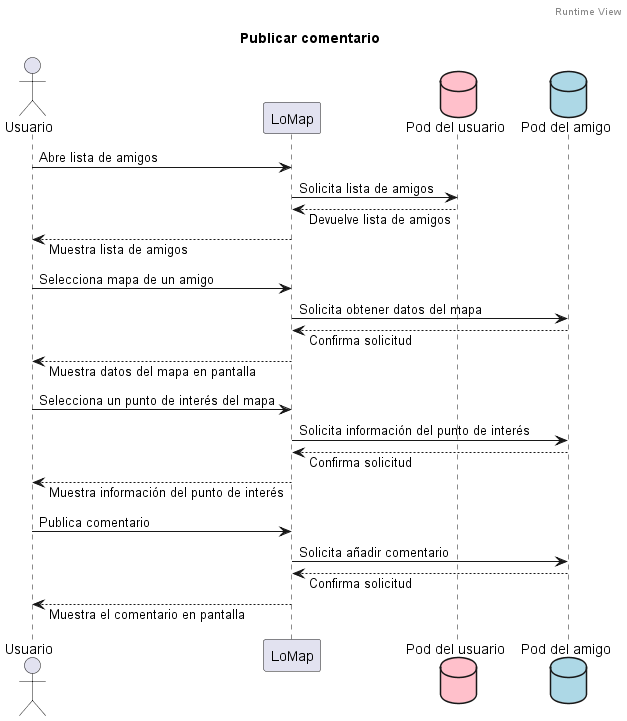
Above: images/Publicar comentario.png in Arquisoft/lomap_es4b (PlantUML), before the change.
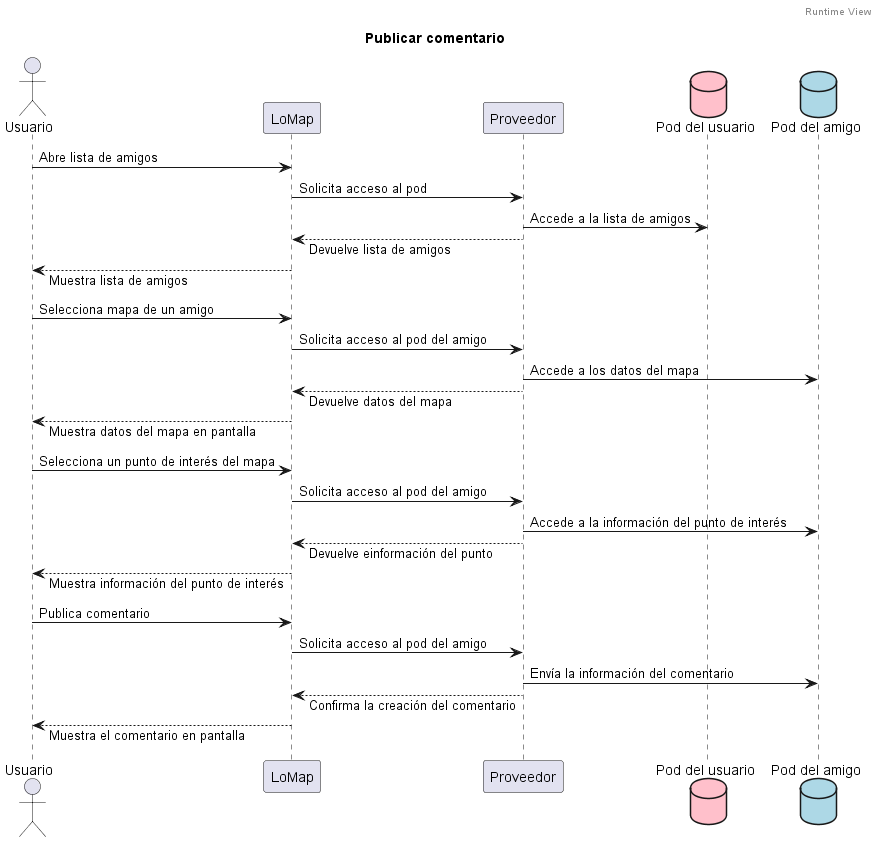
Above is the later version.

Diff of the diagram source:
```diff
@@ -4,6 +4,7 @@
 
 Actor Usuario
 Participant LoMap
+Participant Proveedor
 Database Pod as "Pod del usuario" #pink
 Database PodAmigo as "Pod del amigo" #lightblue
 
@@ -11,30 +12,34 @@
 
 Usuario -> LoMap: Abre lista de amigos
 
-LoMap -> Pod: Solicita lista de amigos
-LoMap <-- Pod: Devuelve lista de amigos
+LoMap -> Proveedor: Solicita acceso al pod
+Proveedor -> Pod: Accede a la lista de amigos
+LoMap <-- Proveedor: Devuelve lista de amigos
 
 Usuario <-- LoMap: Muestra lista de amigos
 
 
 Usuario -> LoMap: Selecciona mapa de un amigo
 
-LoMap -> PodAmigo: Solicita obtener datos del mapa
-LoMap <-- PodAmigo: Confirma solicitud
+LoMap -> Proveedor: Solicita acceso al pod del amigo
+Proveedor -> PodAmigo: Accede a los datos del mapa
+LoMap <-- Proveedor: Devuelve datos del mapa
 
 Usuario <-- LoMap: Muestra datos del mapa en pantalla
 
 Usuario -> LoMap: Selecciona un punto de interés del mapa
 
-LoMap -> PodAmigo: Solicita información del punto de interés
-LoMap <-- PodAmigo: Confirma solicitud
+LoMap -> Proveedor: Solicita acceso al pod del amigo
+Proveedor -> PodAmigo: Accede a la información del punto de interés
+LoMap <-- Proveedor: Devuelve einformación del punto
 
 Usuario <-- LoMap: Muestra información del punto de interés
 
 Usuario -> LoMap: Publica comentario
 
-LoMap -> PodAmigo: Solicita añadir comentario
-LoMap <-- PodAmigo: Confirma solicitud
+LoMap -> Proveedor: Solicita acceso al pod del amigo
+Proveedor -> PodAmigo: Envía la información del comentario
+LoMap <-- Proveedor: Confirma la creación del comentario
 
 Usuario <-- LoMap: Muestra el comentario en pantalla
 
```
